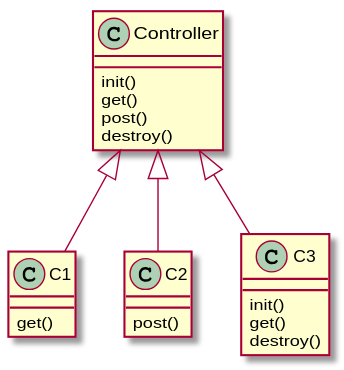
Earlier version of the PlantUML export vashi.svg (VasishthaFramework/Core).
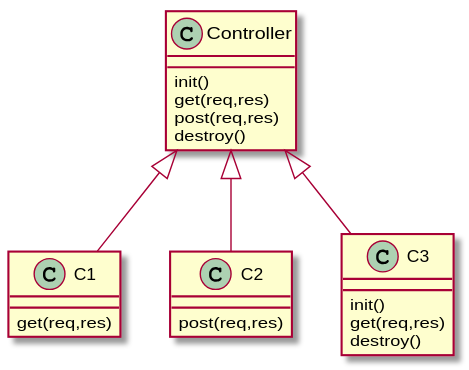
Above is the later version.

Commit message:
Class Diagram

What changed in the source:
```diff
@@ -4,14 +4,14 @@
 Controller <|-- C3
 
 Controller : init()
-Controller : get()
-Controller : post()
+Controller : get(req,res)
+Controller : post(req,res)
 Controller : destroy()
 
 
-C1 : get()
-C2 : post()
+C1 : get(req,res)
+C2 : post(req,res)
 C3 : init()
-C3 : get()
+C3 : get(req,res)
 C3 : destroy()
 @enduml
```
